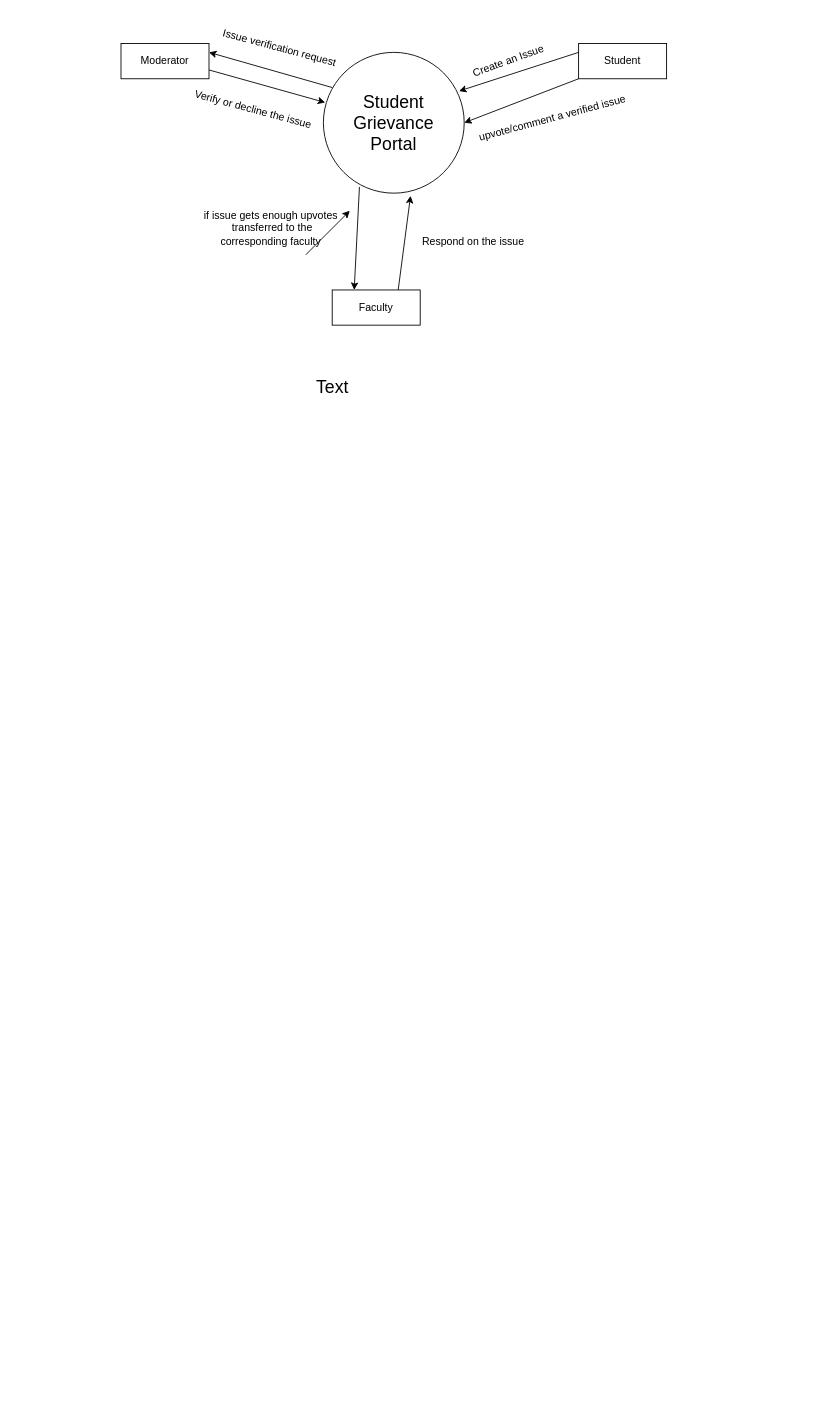
Vishnu-yes-i-am/lapuchand keeps this draw.io diagram as SGP-DFD-0.drawio. Above is the earlier version. Source tidied: cells renumbered, new cells numbered last; positions are measured from the earlier drawing's top-left corner, leaving out a move shared by most shapes. Both pictures are drawn from the tidied source at 88%, with x=0, y=0 at pixel (121, 34).
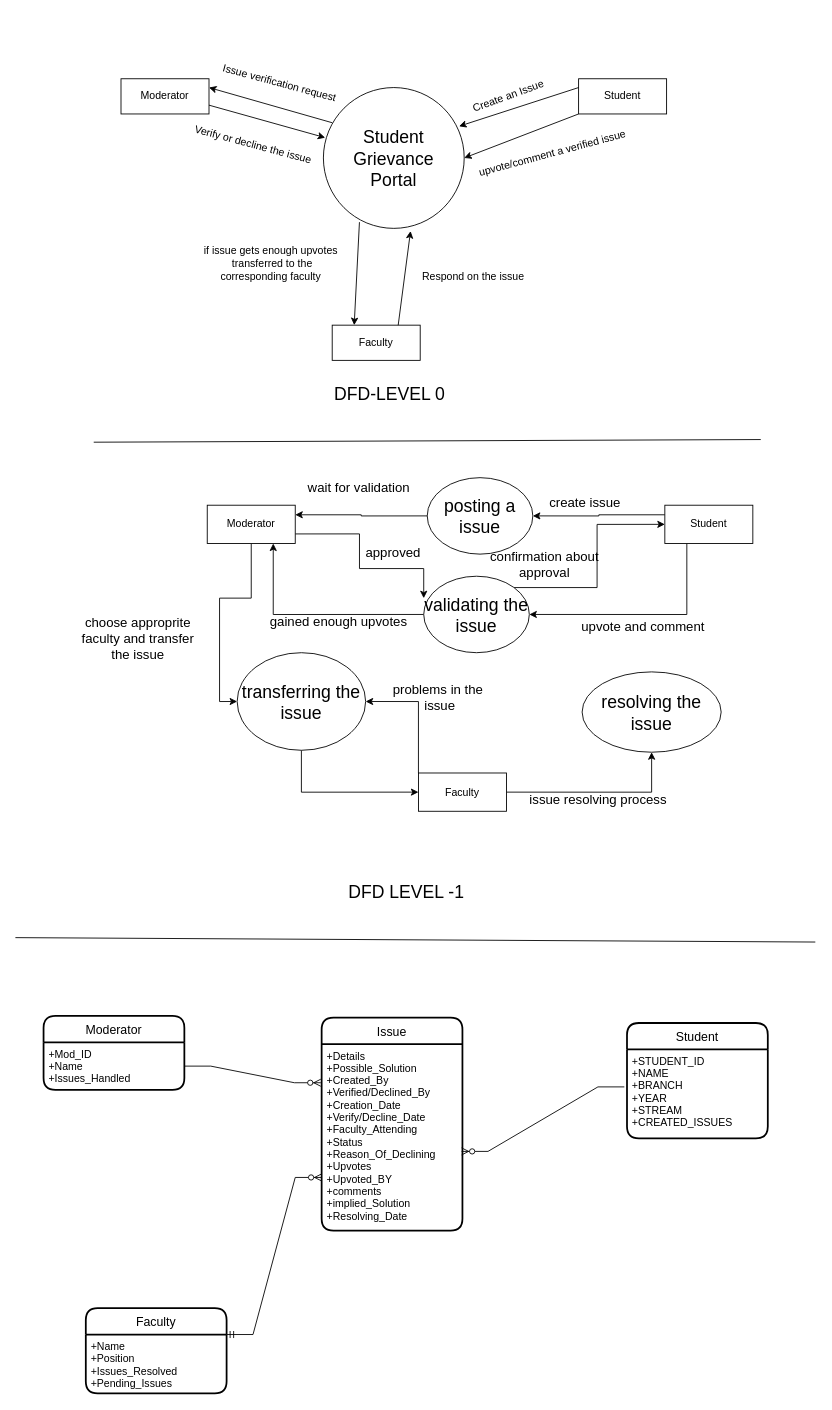
After the change.

Diff of the diagram source:
```diff
@@
+    <mxCell id="19" value="&lt;div&gt;DFD-LEVEL 0&lt;/div&gt;&lt;div&gt;&lt;br&gt;&lt;/div&gt;" style="text;html=1;align=center;verticalAlign=middle;strokeColor=none;fillColor=none;fontSize=20;" parent="1" vertex="1">
+      <mxGeometry x="220" y="390" width="170" height="60" as="geometry" />
+    </mxCell>
+    <mxCell id="20" style="endArrow=none;html=1;rounded=0;fontSize=20;" parent="1" edge="1">
+      <mxGeometry relative="1" as="geometry">
+        <mxPoint x="-31" y="463" as="sourcePoint" />
+        <mxPoint x="727" y="460" as="targetPoint" />
+      </mxGeometry>
+    </mxCell>
+    <mxCell id="21" style="group;" parent="1" vertex="1">
+      <mxGeometry y="17.2" width="620" height="352.8" as="geometry" />
+    </mxCell>
-    <mxCell id="2" value="Student" style="whiteSpace=wrap;html=1;align=center;" parent="1" vertex="1">
-      <mxGeometry x="520" y="10" width="100" height="40" as="geometry" />
+    <mxCell id="2" value="Student" style="whiteSpace=wrap;html=1;align=center;" parent="21" vertex="1">
+      <mxGeometry x="520" y="32.8" width="100" height="40" as="geometry" />
     </mxCell>
-    <mxCell id="3" value="&lt;div&gt;Moderator&lt;/div&gt;" style="whiteSpace=wrap;html=1;align=center;" parent="1" vertex="1">
-      <mxGeometry y="10" width="100" height="40" as="geometry" />
+    <mxCell id="3" value="&lt;div&gt;Moderator&lt;/div&gt;" style="whiteSpace=wrap;html=1;align=center;" parent="21" vertex="1">
+      <mxGeometry y="32.8" width="100" height="40" as="geometry" />
     </mxCell>
-    <mxCell id="4" value="Faculty" style="whiteSpace=wrap;html=1;align=center;" parent="1" vertex="1">
-      <mxGeometry x="240" y="290" width="100" height="40" as="geometry" />
+    <mxCell id="4" value="Faculty" style="whiteSpace=wrap;html=1;align=center;" parent="21" vertex="1">
+      <mxGeometry x="240" y="312.8" width="100" height="40" as="geometry" />
     </mxCell>
-    <mxCell id="5" value="&lt;div style=&quot;font-size: 20px;&quot;&gt;&lt;font style=&quot;font-size: 20px;&quot;&gt;Student &lt;br&gt;&lt;/font&gt;&lt;/div&gt;&lt;div style=&quot;font-size: 20px;&quot;&gt;&lt;font style=&quot;font-size: 20px;&quot;&gt;Grievance &lt;br&gt;&lt;/font&gt;&lt;/div&gt;&lt;div style=&quot;font-size: 20px;&quot;&gt;&lt;font style=&quot;font-size: 20px;&quot;&gt;Portal&lt;/font&gt;&lt;/div&gt;" style="ellipse;whiteSpace=wrap;html=1;" parent="1" vertex="1">
-      <mxGeometry x="230" y="20" width="160" height="160" as="geometry" />
+    <mxCell id="5" value="&lt;div style=&quot;font-size: 20px;&quot;&gt;&lt;font style=&quot;font-size: 20px;&quot;&gt;Student &lt;br&gt;&lt;/font&gt;&lt;/div&gt;&lt;div style=&quot;font-size: 20px;&quot;&gt;&lt;font style=&quot;font-size: 20px;&quot;&gt;Grievance &lt;br&gt;&lt;/font&gt;&lt;/div&gt;&lt;div style=&quot;font-size: 20px;&quot;&gt;&lt;font style=&quot;font-size: 20px;&quot;&gt;Portal&lt;/font&gt;&lt;/div&gt;" style="ellipse;whiteSpace=wrap;html=1;" parent="21" vertex="1">
+      <mxGeometry x="230" y="42.8" width="160" height="160" as="geometry" />
     </mxCell>
-    <mxCell id="6" style="endArrow=classic;html=1;rounded=0;exitX=0;exitY=0.25;exitDx=0;exitDy=0;entryX=0.963;entryY=0.275;entryDx=0;entryDy=0;entryPerimeter=0;" parent="1" edge="1" source="2" target="5">
+    <mxCell id="6" style="endArrow=classic;html=1;rounded=0;exitX=0;exitY=0.25;exitDx=0;exitDy=0;entryX=0.963;entryY=0.275;entryDx=0;entryDy=0;entryPerimeter=0;" parent="21" edge="1" source="2" target="5">
       <mxGeometry relative="1" as="geometry" />
     </mxCell>
-    <mxCell id="7" value="Create an Issue" style="text;html=1;align=center;verticalAlign=middle;strokeColor=none;fillColor=none;rotation=-20;" parent="1" vertex="1">
-      <mxGeometry x="380" y="15" width="120" height="30" as="geometry" />
+    <mxCell id="7" value="Create an Issue" style="text;html=1;align=center;verticalAlign=middle;strokeColor=none;fillColor=none;rotation=-20;" parent="21" vertex="1">
+      <mxGeometry x="380" y="37.8" width="120" height="30" as="geometry" />
     </mxCell>
-    <mxCell id="8" style="endArrow=classic;html=1;rounded=0;entryX=1;entryY=0.25;entryDx=0;entryDy=0;exitX=0.063;exitY=0.25;exitDx=0;exitDy=0;exitPerimeter=0;" parent="1" edge="1" source="5" target="3">
+    <mxCell id="8" style="endArrow=classic;html=1;rounded=0;entryX=1;entryY=0.25;entryDx=0;entryDy=0;exitX=0.063;exitY=0.25;exitDx=0;exitDy=0;exitPerimeter=0;" parent="21" edge="1" source="5" target="3">
       <mxGeometry relative="1" as="geometry" />
     </mxCell>
-    <mxCell id="9" value="Issue verification request" style="text;html=1;align=center;verticalAlign=middle;strokeColor=none;fillColor=none;rotation=15;" parent="1" vertex="1">
-      <mxGeometry x="90" width="180" height="30" as="geometry" />
+    <mxCell id="9" value="Issue verification request" style="text;html=1;align=center;verticalAlign=middle;strokeColor=none;fillColor=none;rotation=15;" parent="21" vertex="1">
+      <mxGeometry x="90" y="22.8" width="180" height="30" as="geometry" />
     </mxCell>
-    <mxCell id="10" style="endArrow=classic;html=1;rounded=0;exitX=1;exitY=0.75;exitDx=0;exitDy=0;entryX=0.013;entryY=0.356;entryDx=0;entryDy=0;entryPerimeter=0;" parent="1" edge="1" source="3" target="5">
+    <mxCell id="10" style="endArrow=classic;html=1;rounded=0;exitX=1;exitY=0.75;exitDx=0;exitDy=0;entryX=0.013;entryY=0.356;entryDx=0;entryDy=0;entryPerimeter=0;" parent="21" edge="1" source="3" target="5">
       <mxGeometry relative="1" as="geometry" />
     </mxCell>
-    <mxCell id="11" value="Verify or decline the issue" style="text;html=1;align=center;verticalAlign=middle;strokeColor=none;fillColor=none;rotation=15;" parent="1" vertex="1">
-      <mxGeometry x="60" y="70" width="180" height="30" as="geometry" />
+    <mxCell id="11" value="Verify or decline the issue" style="text;html=1;align=center;verticalAlign=middle;strokeColor=none;fillColor=none;rotation=15;" parent="21" vertex="1">
+      <mxGeometry x="60" y="92.8" width="180" height="30" as="geometry" />
     </mxCell>
-    <mxCell id="12" style="endArrow=classic;html=1;rounded=0;entryX=1;entryY=0.5;entryDx=0;entryDy=0;exitX=0;exitY=1;exitDx=0;exitDy=0;" parent="1" edge="1" source="2" target="5">
+    <mxCell id="12" style="endArrow=classic;html=1;rounded=0;entryX=1;entryY=0.5;entryDx=0;entryDy=0;exitX=0;exitY=1;exitDx=0;exitDy=0;" parent="21" edge="1" source="2" target="5">
       <mxGeometry relative="1" as="geometry" />
     </mxCell>
-    <mxCell id="13" value="upvote/comment a verified issue" style="text;html=1;align=center;verticalAlign=middle;strokeColor=none;fillColor=none;rotation=-15;" parent="1" vertex="1">
-      <mxGeometry x="380" y="80" width="220" height="30" as="geometry" />
+    <mxCell id="13" value="upvote/comment a verified issue" style="text;html=1;align=center;verticalAlign=middle;strokeColor=none;fillColor=none;rotation=-15;" parent="21" vertex="1">
+      <mxGeometry x="380" y="102.8" width="220" height="30" as="geometry" />
     </mxCell>
-    <mxCell id="14" style="endArrow=classic;html=1;rounded=0;entryX=0.25;entryY=0;entryDx=0;entryDy=0;exitX=0.256;exitY=0.956;exitDx=0;exitDy=0;exitPerimeter=0;" parent="1" edge="1" source="5" target="4">
+    <mxCell id="14" style="endArrow=classic;html=1;rounded=0;entryX=0.25;entryY=0;entryDx=0;entryDy=0;exitX=0.256;exitY=0.956;exitDx=0;exitDy=0;exitPerimeter=0;" parent="21" edge="1" source="5" target="4">
       <mxGeometry relative="1" as="geometry" />
     </mxCell>
-    <mxCell id="15" value="&lt;div&gt;if issue gets enough upvotes&lt;/div&gt;&lt;div&gt;&amp;nbsp;transferred to the &lt;br&gt;&lt;/div&gt;&lt;div&gt;corresponding faculty&lt;/div&gt;" style="text;html=1;align=center;verticalAlign=middle;strokeColor=none;fillColor=none;" parent="1" vertex="1">
-      <mxGeometry x="70" y="190" width="200" height="60" as="geometry" />
+    <mxCell id="15" value="&lt;div&gt;if issue gets enough upvotes&lt;/div&gt;&lt;div&gt;&amp;nbsp;transferred to the &lt;br&gt;&lt;/div&gt;&lt;div&gt;corresponding faculty&lt;/div&gt;" style="text;html=1;align=center;verticalAlign=middle;strokeColor=none;fillColor=none;" parent="21" vertex="1">
+      <mxGeometry x="70" y="212.8" width="200" height="60" as="geometry" />
     </mxCell>
-    <mxCell id="16" style="endArrow=classic;html=1;rounded=0;" parent="1" edge="1">
-      <mxGeometry relative="1" as="geometry">
-        <mxPoint x="210" y="250" as="sourcePoint" />
-        <mxPoint x="260" y="200" as="targetPoint" />
-      </mxGeometry>
-    </mxCell>
-    <mxCell id="17" style="endArrow=classic;html=1;rounded=0;entryX=0.619;entryY=1.019;entryDx=0;entryDy=0;entryPerimeter=0;exitX=0.75;exitY=0;exitDx=0;exitDy=0;" parent="1" edge="1" source="4" target="5">
+    <mxCell id="17" style="endArrow=classic;html=1;rounded=0;entryX=0.619;entryY=1.019;entryDx=0;entryDy=0;entryPerimeter=0;exitX=0.75;exitY=0;exitDx=0;exitDy=0;" parent="21" edge="1" source="4" target="5">
       <mxGeometry relative="1" as="geometry" />
     </mxCell>
-    <mxCell id="18" value="Respond on the issue" style="text;html=1;align=center;verticalAlign=middle;strokeColor=none;fillColor=none;" parent="1" vertex="1">
-      <mxGeometry x="325" y="220" width="150" height="30" as="geometry" />
+    <mxCell id="18" value="Respond on the issue" style="text;html=1;align=center;verticalAlign=middle;strokeColor=none;fillColor=none;" parent="21" vertex="1">
+      <mxGeometry x="325" y="242.8" width="150" height="30" as="geometry" />
     </mxCell>
-    <mxCell id="19" value="Text" style="text;html=1;align=center;verticalAlign=middle;strokeColor=none;fillColor=none;fontSize=20;" parent="1" vertex="1">
-      <mxGeometry x="220" y="390" width="40" height="20" as="geometry" />
-    </mxCell>
+    <mxCell id="22" style="group;" parent="1" vertex="1">
+      <mxGeometry x="98" y="499" width="620" height="388" as="geometry" />
+    </mxCell>
+    <mxCell id="23" style="edgeStyle=orthogonalEdgeStyle;rounded=0;jettySize=auto;html=1;exitX=0;exitY=0.25;exitDx=0;exitDy=0;entryX=1;entryY=0.5;entryDx=0;entryDy=0;fontSize=20;" parent="22" edge="1" source="25" target="38">
+      <mxGeometry relative="1" as="geometry" />
+    </mxCell>
+    <mxCell id="24" style="edgeStyle=orthogonalEdgeStyle;rounded=0;jettySize=auto;html=1;exitX=0.25;exitY=1;exitDx=0;exitDy=0;entryX=1;entryY=0.5;entryDx=0;entryDy=0;fontSize=20;" parent="22" edge="1" source="25" target="36">
+      <mxGeometry relative="1" as="geometry" />
+    </mxCell>
+    <mxCell id="25" value="Student" style="whiteSpace=wrap;html=1;align=center;" parent="22" vertex="1">
+      <mxGeometry x="520" y="35.6" width="100" height="43.5" as="geometry" />
+    </mxCell>
+    <mxCell id="26" style="edgeStyle=orthogonalEdgeStyle;rounded=0;jettySize=auto;html=1;exitX=1;exitY=0.75;exitDx=0;exitDy=0;entryX=0;entryY=0.288;entryDx=0;entryDy=0;entryPerimeter=0;fontSize=20;" parent="22" edge="1" source="28" target="36">
+      <mxGeometry relative="1" as="geometry">
+        <Array as="points">
+          <mxPoint x="173" y="68.5" />
+          <mxPoint x="173" y="107.6" />
+          <mxPoint x="246" y="107.6" />
+        </Array>
+      </mxGeometry>
+    </mxCell>
+    <mxCell id="27" style="edgeStyle=orthogonalEdgeStyle;rounded=0;jettySize=auto;html=1;exitX=0.5;exitY=1;exitDx=0;exitDy=0;entryX=0;entryY=0.5;entryDx=0;entryDy=0;fontSize=20;" parent="22" edge="1" source="28" target="33">
+      <mxGeometry relative="1" as="geometry" />
+    </mxCell>
+    <mxCell id="28" value="&lt;div&gt;Moderator&lt;/div&gt;" style="whiteSpace=wrap;html=1;align=center;" parent="22" vertex="1">
+      <mxGeometry y="35.6" width="100" height="43.5" as="geometry" />
+    </mxCell>
+    <mxCell id="29" style="edgeStyle=orthogonalEdgeStyle;rounded=0;jettySize=auto;html=1;exitX=1;exitY=0.5;exitDx=0;exitDy=0;entryX=0.5;entryY=1;entryDx=0;entryDy=0;fontSize=20;" parent="22" edge="1" source="31" target="39">
+      <mxGeometry relative="1" as="geometry" />
+    </mxCell>
+    <mxCell id="30" style="edgeStyle=orthogonalEdgeStyle;rounded=0;jettySize=auto;html=1;exitX=0;exitY=0;exitDx=0;exitDy=0;entryX=1;entryY=0.5;entryDx=0;entryDy=0;fontSize=15;" parent="22" edge="1" source="31" target="33">
+      <mxGeometry relative="1" as="geometry" />
+    </mxCell>
+    <mxCell id="31" value="Faculty" style="whiteSpace=wrap;html=1;align=center;" parent="22" vertex="1">
+      <mxGeometry x="240" y="339.9" width="100" height="43.5" as="geometry" />
+    </mxCell>
+    <mxCell id="32" style="edgeStyle=orthogonalEdgeStyle;rounded=0;jettySize=auto;html=1;exitX=0.5;exitY=1;exitDx=0;exitDy=0;entryX=0;entryY=0.5;entryDx=0;entryDy=0;fontSize=20;" parent="22" edge="1" source="33" target="31">
+      <mxGeometry relative="1" as="geometry" />
+    </mxCell>
+    <mxCell id="33" value="transferring the issue" style="ellipse;whiteSpace=wrap;html=1;fontSize=20;" parent="22" vertex="1">
+      <mxGeometry x="34" y="203.2" width="146" height="110.9" as="geometry" />
+    </mxCell>
+    <mxCell id="34" style="edgeStyle=orthogonalEdgeStyle;rounded=0;jettySize=auto;html=1;exitX=1;exitY=0;exitDx=0;exitDy=0;entryX=0;entryY=0.5;entryDx=0;entryDy=0;fontSize=20;" parent="22" edge="1" source="36" target="25">
+      <mxGeometry relative="1" as="geometry" />
+    </mxCell>
+    <mxCell id="35" style="edgeStyle=orthogonalEdgeStyle;rounded=0;jettySize=auto;html=1;exitX=0;exitY=0.5;exitDx=0;exitDy=0;entryX=0.75;entryY=1;entryDx=0;entryDy=0;fontSize=20;" parent="22" edge="1" source="36" target="28">
+      <mxGeometry relative="1" as="geometry" />
+    </mxCell>
+    <mxCell id="36" value="validating the issue" style="ellipse;whiteSpace=wrap;html=1;fontSize=20;" parent="22" vertex="1">
+      <mxGeometry x="246" y="116.3" width="120" height="86.9" as="geometry" />
+    </mxCell>
+    <mxCell id="37" style="edgeStyle=orthogonalEdgeStyle;rounded=0;jettySize=auto;html=1;exitX=0;exitY=0.5;exitDx=0;exitDy=0;entryX=1;entryY=0.25;entryDx=0;entryDy=0;fontSize=20;" parent="22" edge="1" source="38" target="28">
+      <mxGeometry relative="1" as="geometry" />
+    </mxCell>
+    <mxCell id="38" value="posting a issue" style="ellipse;whiteSpace=wrap;html=1;fontSize=20;" parent="22" vertex="1">
+      <mxGeometry x="250" y="4.3" width="120" height="86.9" as="geometry" />
+    </mxCell>
+    <mxCell id="39" value="&lt;font style=&quot;font-size: 20px;&quot;&gt;resolving the issue&lt;br&gt;&lt;/font&gt;" style="ellipse;whiteSpace=wrap;html=1;fontSize=13;" parent="22" vertex="1">
+      <mxGeometry x="426" y="225" width="158" height="91.3" as="geometry" />
+    </mxCell>
+    <mxCell id="40" value="&lt;div&gt;wait for validation&lt;/div&gt;" style="text;html=1;align=center;verticalAlign=middle;strokeColor=none;fillColor=none;fontSize=15;" parent="22" vertex="1">
+      <mxGeometry x="93" width="157" height="30" as="geometry" />
+    </mxCell>
+    <mxCell id="41" value="approved" style="text;html=1;align=center;verticalAlign=middle;strokeColor=none;fillColor=none;fontSize=15;" parent="22" vertex="1">
+      <mxGeometry x="166" y="73.9" width="89" height="30" as="geometry" />
+    </mxCell>
+    <mxCell id="42" value="&lt;div&gt;confirmation about &lt;br&gt;&lt;/div&gt;&lt;div&gt;approval&lt;/div&gt;" style="text;html=1;align=center;verticalAlign=middle;strokeColor=none;fillColor=none;fontSize=15;" parent="22" vertex="1">
+      <mxGeometry x="301" y="79.1" width="163" height="48" as="geometry" />
+    </mxCell>
+    <mxCell id="43" value="upvote and comment" style="text;html=1;align=center;verticalAlign=middle;strokeColor=none;fillColor=none;fontSize=15;" parent="22" vertex="1">
+      <mxGeometry x="406" y="157.6" width="178" height="30" as="geometry" />
+    </mxCell>
+    <mxCell id="44" value="gained enough upvotes" style="text;html=1;align=center;verticalAlign=middle;strokeColor=none;fillColor=none;fontSize=15;" parent="22" vertex="1">
+      <mxGeometry x="51" y="152.2" width="195" height="30" as="geometry" />
+    </mxCell>
+    <mxCell id="45" value="&lt;div&gt;problems in the&lt;/div&gt;&lt;div&gt;&amp;nbsp;issue&lt;/div&gt;" style="text;html=1;align=center;verticalAlign=middle;strokeColor=none;fillColor=none;fontSize=15;" parent="22" vertex="1">
+      <mxGeometry x="193" y="230.4" width="138" height="48" as="geometry" />
+    </mxCell>
+    <mxCell id="46" value="issue resolving process" style="text;html=1;align=center;verticalAlign=middle;strokeColor=none;fillColor=none;fontSize=15;" parent="22" vertex="1">
+      <mxGeometry x="346" y="355.4" width="195" height="30" as="geometry" />
+    </mxCell>
+    <mxCell id="47" value="&lt;font style=&quot;font-size: 15px;&quot;&gt;create issue&lt;/font&gt;" style="text;html=1;align=center;verticalAlign=middle;strokeColor=none;fillColor=none;fontSize=20;" parent="1" vertex="1">
+      <mxGeometry x="472" y="511" width="110" height="36" as="geometry" />
+    </mxCell>
+    <mxCell id="48" value="&lt;div&gt;choose approprite &lt;br&gt;&lt;/div&gt;&lt;div&gt;faculty and transfer &lt;br&gt;&lt;/div&gt;&lt;div&gt;the issue&lt;br&gt;&lt;/div&gt;" style="text;html=1;align=center;verticalAlign=middle;strokeColor=none;fillColor=none;fontSize=15;" parent="1" vertex="1">
+      <mxGeometry x="-66" y="653.4" width="169" height="66" as="geometry" />
+    </mxCell>
+    <mxCell id="49" value="&lt;font style=&quot;font-size: 20px;&quot;&gt;DFD LEVEL -1&lt;br&gt;&lt;/font&gt;" style="text;html=1;align=center;verticalAlign=middle;strokeColor=none;fillColor=none;fontSize=15;" parent="1" vertex="1">
+      <mxGeometry x="241" y="955" width="166" height="36" as="geometry" />
+    </mxCell>
+    <mxCell id="50" style="endArrow=none;html=1;rounded=0;fontSize=20;" parent="1" edge="1">
+      <mxGeometry relative="1" as="geometry">
+        <mxPoint x="-120" y="1026" as="sourcePoint" />
+        <mxPoint x="789" y="1031" as="targetPoint" />
+      </mxGeometry>
+    </mxCell>
+    <mxCell id="51" value="Student" style="swimlane;horizontal=1;startSize=30;rounded=1;fontSize=14;fontStyle=0;strokeWidth=2;shadow=0;dashed=0;align=center;" parent="1" vertex="1">
+      <mxGeometry x="575" y="1123" width="160" height="131" as="geometry" />
+    </mxCell>
+    <mxCell id="52" value="+STUDENT_ID&#10;+NAME&#10;+BRANCH&#10;+YEAR&#10;+STREAM&#10;+CREATED_ISSUES&#10;&#10;" style="align=left;strokeColor=none;fillColor=none;spacingLeft=4;fontSize=12;verticalAlign=top;" parent="51" vertex="1">
+      <mxGeometry y="30" width="160" height="101" as="geometry" />
+    </mxCell>
+    <mxCell id="53" style="edgeStyle=orthogonalEdgeStyle;rounded=0;orthogonalLoop=1;jettySize=auto;html=1;exitX=0.5;exitY=1;exitDx=0;exitDy=0;strokeColor=default;fontSize=20;" parent="51" edge="1" source="52" target="52">
+      <mxGeometry relative="1" as="geometry" />
+    </mxCell>
+    <mxCell id="54" value="Moderator" style="swimlane;horizontal=1;startSize=30;rounded=1;fontSize=14;fontStyle=0;strokeWidth=2;shadow=0;dashed=0;align=center;" parent="1" vertex="1">
+      <mxGeometry x="-88" y="1115" width="160" height="84" as="geometry" />
+    </mxCell>
+    <mxCell id="55" value="+Mod_ID&#10;+Name&#10;+Issues_Handled" style="align=left;strokeColor=none;fillColor=none;spacingLeft=4;fontSize=12;verticalAlign=top;" parent="54" vertex="1">
+      <mxGeometry y="30" width="160" height="54" as="geometry" />
+    </mxCell>
+    <mxCell id="56" value="Issue" style="swimlane;horizontal=1;startSize=30;rounded=1;fontSize=14;fontStyle=0;strokeWidth=2;shadow=0;dashed=0;align=center;" parent="1" vertex="1">
+      <mxGeometry x="228" y="1117" width="160" height="242" as="geometry" />
+    </mxCell>
+    <mxCell id="57" value="+Details&#10;+Possible_Solution&#10;+Created_By&#10;+Verified/Declined_By&#10;+Creation_Date&#10;+Verify/Decline_Date&#10;+Faculty_Attending&#10;+Status&#10;+Reason_Of_Declining&#10;+Upvotes&#10;+Upvoted_BY&#10;+comments&#10;+implied_Solution&#10;+Resolving_Date&#10;&#10;&#10;&#10;&#10;" style="align=left;strokeColor=none;fillColor=none;spacingLeft=4;fontSize=12;verticalAlign=top;" parent="56" vertex="1">
+      <mxGeometry y="30" width="160" height="212" as="geometry" />
+    </mxCell>
+    <mxCell id="58" value="Faculty" style="swimlane;horizontal=1;startSize=30;rounded=1;fontSize=14;fontStyle=0;strokeWidth=2;shadow=0;dashed=0;align=center;" parent="1" vertex="1">
+      <mxGeometry x="-40" y="1447" width="160" height="97" as="geometry" />
+    </mxCell>
+    <mxCell id="59" value="+Name&#10;+Position&#10;+Issues_Resolved&#10;+Pending_Issues" style="align=left;strokeColor=none;fillColor=none;spacingLeft=4;fontSize=12;verticalAlign=top;" parent="58" vertex="1">
+      <mxGeometry y="30" width="160" height="67" as="geometry" />
+    </mxCell>
+    <mxCell id="60" style="edgeStyle=entityRelationEdgeStyle;fontSize=12;html=1;endArrow=ERzeroToMany;endFill=1;rounded=0;strokeColor=default;entryX=0.994;entryY=0.575;entryDx=0;entryDy=0;entryPerimeter=0;exitX=-0.019;exitY=0.422;exitDx=0;exitDy=0;exitPerimeter=0;" parent="1" edge="1" source="52" target="57">
+      <mxGeometry relative="1" as="geometry" />
+    </mxCell>
+    <mxCell id="61" style="edgeStyle=entityRelationEdgeStyle;fontSize=12;html=1;endArrow=ERzeroToMany;startArrow=ERmandOne;rounded=0;strokeColor=default;entryX=0;entryY=0.75;entryDx=0;entryDy=0;exitX=1;exitY=0;exitDx=0;exitDy=0;" parent="1" edge="1" source="59" target="56">
+      <mxGeometry relative="1" as="geometry" />
+    </mxCell>
+    <mxCell id="62" style="edgeStyle=entityRelationEdgeStyle;fontSize=12;html=1;endArrow=ERzeroToMany;endFill=1;rounded=0;strokeColor=default;entryX=-0.006;entryY=0.207;entryDx=0;entryDy=0;entryPerimeter=0;exitX=1;exitY=0.5;exitDx=0;exitDy=0;" parent="1" edge="1" source="55" target="57">
+      <mxGeometry relative="1" as="geometry" />
+    </mxCell>
```
